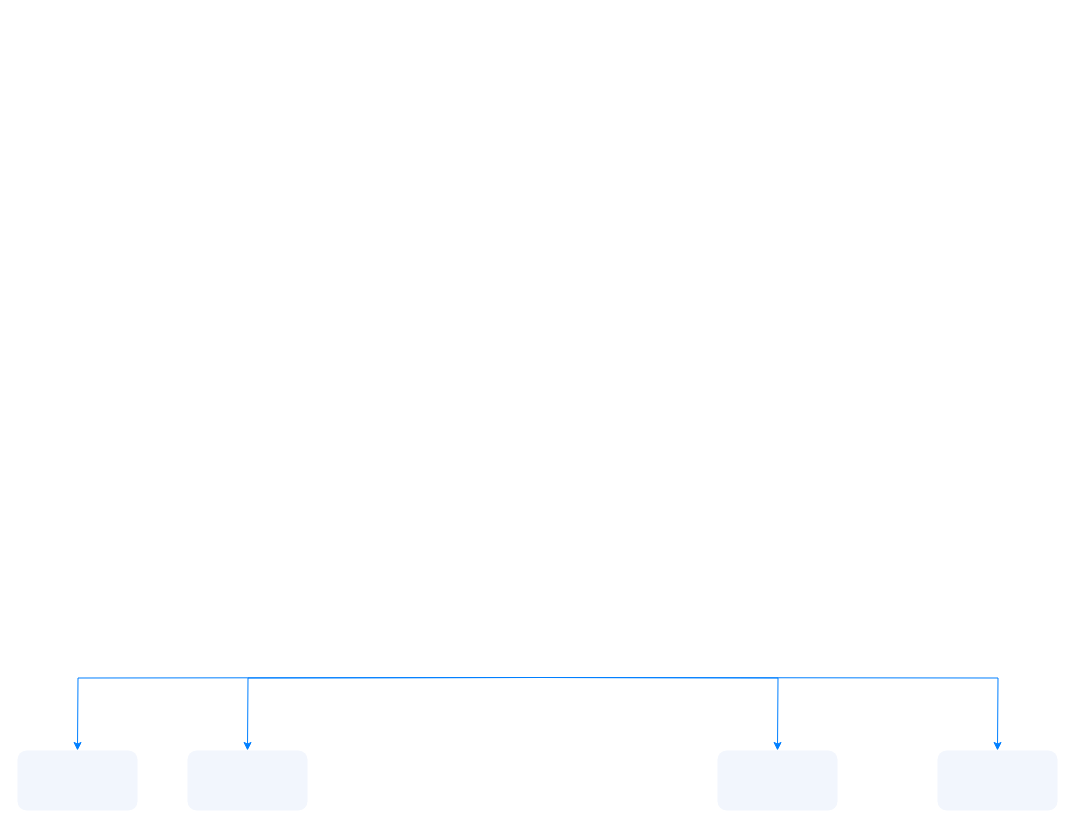
The draw.io diagram page "天津职业技术师范大学" (2 of 2) of 青岛恒星最终架构图.drawio in bzerozero7/test, before the edit. Source tidied: cells renumbered, new cells numbered last; positions are measured from the earlier drawing's top-left corner, leaving out a move shared by most shapes. Both pictures are drawn from the tidied source at 100%, with x=0, y=0 at pixel (17, 677).
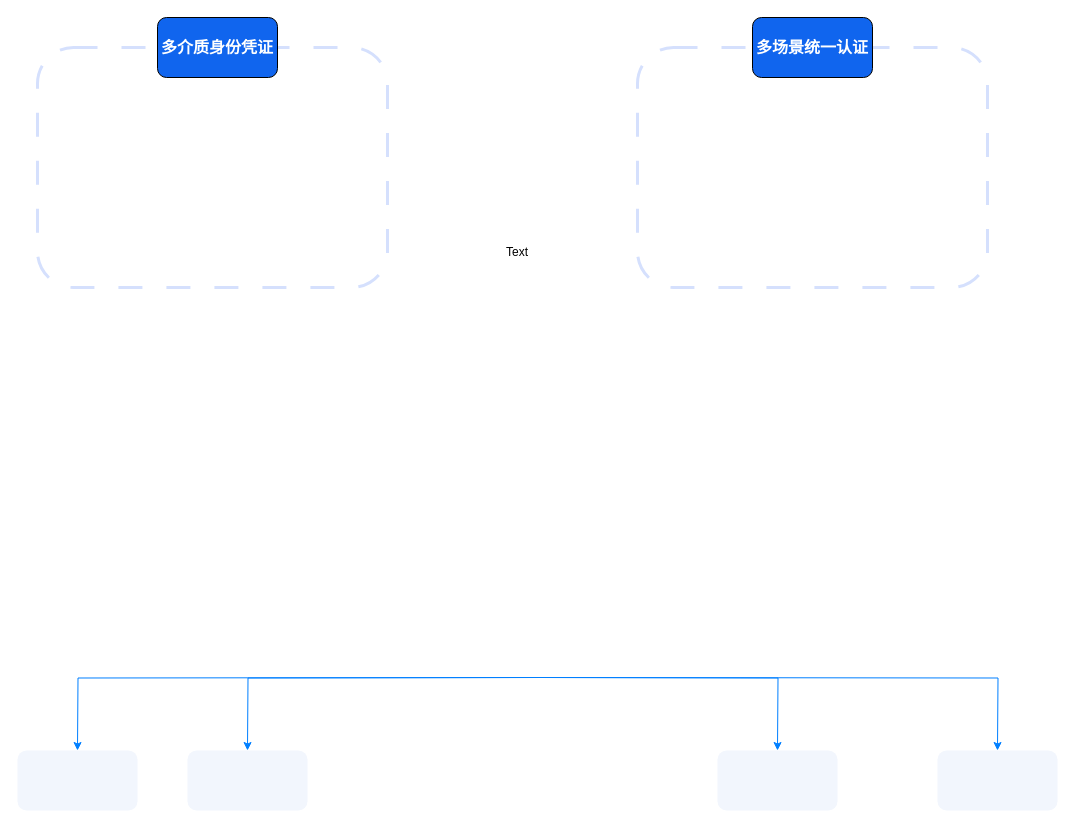
After the change.

Commit message (it also covers changes not shown here):
更新青岛恒星最终架构图.drawio

The edit, as a diff of the source:
```diff
@@
 <mxGraphModel>
   <root>
     <mxCell id="0" />
     <mxCell id="1" parent="0" />
     <mxCell id="2" style="edgeStyle=orthogonalEdgeStyle;rounded=0;orthogonalLoop=1;jettySize=auto;html=1;exitX=0.5;exitY=1;exitDx=0;exitDy=0;strokeColor=#007FFF;" parent="1" edge="1">
       <mxGeometry relative="1" as="geometry">
         <mxPoint x="523.5" as="sourcePoint" />
         <mxPoint x="60" y="73" as="targetPoint" />
       </mxGeometry>
     </mxCell>
     <mxCell id="3" style="edgeStyle=orthogonalEdgeStyle;rounded=0;orthogonalLoop=1;jettySize=auto;html=1;exitX=0.5;exitY=1;exitDx=0;exitDy=0;strokeColor=#007FFF;" parent="1" edge="1">
       <mxGeometry relative="1" as="geometry">
         <mxPoint x="523.5" as="sourcePoint" />
         <mxPoint x="230" y="73" as="targetPoint" />
       </mxGeometry>
     </mxCell>
     <mxCell id="4" style="edgeStyle=orthogonalEdgeStyle;rounded=0;orthogonalLoop=1;jettySize=auto;html=1;exitX=0.5;exitY=1;exitDx=0;exitDy=0;strokeColor=#007FFF;" parent="1" edge="1">
       <mxGeometry relative="1" as="geometry">
         <mxPoint x="523.5" as="sourcePoint" />
         <mxPoint x="760" y="73" as="targetPoint" />
       </mxGeometry>
     </mxCell>
     <mxCell id="5" style="edgeStyle=orthogonalEdgeStyle;rounded=0;orthogonalLoop=1;jettySize=auto;html=1;exitX=0.5;exitY=1;exitDx=0;exitDy=0;strokeColor=#007FFF;" parent="1" edge="1">
       <mxGeometry relative="1" as="geometry">
         <mxPoint x="523.5" as="sourcePoint" />
         <mxPoint x="980" y="73" as="targetPoint" />
       </mxGeometry>
     </mxCell>
-    <mxCell id="6" style="rounded=1;whiteSpace=wrap;html=1;fillColor=#F2F6FD;strokeColor=none;" parent="1" vertex="1">
+    <mxCell id="6" style="rounded=1;whiteSpace=wrap;html=1;fillColor=#F2F6FD;strokeColor=none;gradientColor=none;" parent="1" vertex="1">
       <mxGeometry y="73" width="120" height="60" as="geometry" />
     </mxCell>
     <mxCell id="7" style="rounded=1;whiteSpace=wrap;html=1;fillColor=#F2F6FD;strokeColor=none;" parent="1" vertex="1">
       <mxGeometry x="170" y="73" width="120" height="60" as="geometry" />
     </mxCell>
     <mxCell id="8" style="rounded=1;whiteSpace=wrap;html=1;fillColor=#F2F6FD;strokeColor=none;" parent="1" vertex="1">
       <mxGeometry x="700" y="73" width="120" height="60" as="geometry" />
     </mxCell>
     <mxCell id="9" style="rounded=1;whiteSpace=wrap;html=1;fillColor=#F2F6FD;strokeColor=none;" parent="1" vertex="1">
       <mxGeometry x="920" y="73" width="120" height="60" as="geometry" />
     </mxCell>
+    <mxCell id="10" style="rounded=1;whiteSpace=wrap;html=1;fillColor=none;strokeColor=#D5E0FD;gradientColor=none;dashed=1;dashPattern=8 8;strokeWidth=3;" parent="1" vertex="1">
+      <mxGeometry x="20" y="-630" width="350" height="240" as="geometry" />
+    </mxCell>
+    <mxCell id="11" style="rounded=1;whiteSpace=wrap;html=1;fillColor=none;strokeColor=#D5E0FD;gradientColor=none;dashed=1;dashPattern=8 8;strokeWidth=3;" parent="1" vertex="1">
+      <mxGeometry x="620" y="-630" width="350" height="240" as="geometry" />
+    </mxCell>
+    <mxCell id="12" value="Text" style="text;html=1;whiteSpace=wrap;strokeColor=none;fillColor=none;align=center;verticalAlign=middle;rounded=0;" parent="1" vertex="1">
+      <mxGeometry x="470" y="-440" width="60" height="30" as="geometry" />
+    </mxCell>
+    <mxCell id="13" value="&lt;b&gt;&lt;font style=&quot;font-size: 16px; color: rgb(255, 255, 255);&quot;&gt;多介质身份凭证&lt;/font&gt;&lt;/b&gt;" style="rounded=1;whiteSpace=wrap;html=1;fillColor=#1065EE;" parent="1" vertex="1">
+      <mxGeometry x="140" y="-660" width="120" height="60" as="geometry" />
+    </mxCell>
+    <mxCell id="14" value="&lt;font color=&quot;#ffffff&quot;&gt;&lt;span style=&quot;font-size: 16px;&quot;&gt;&lt;b&gt;多场景统一认证&lt;/b&gt;&lt;/span&gt;&lt;/font&gt;" style="rounded=1;whiteSpace=wrap;html=1;fillColor=#1065EE;" parent="1" vertex="1">
+      <mxGeometry x="735" y="-660" width="120" height="60" as="geometry" />
+    </mxCell>
   </root>
 </mxGraphModel>
```
